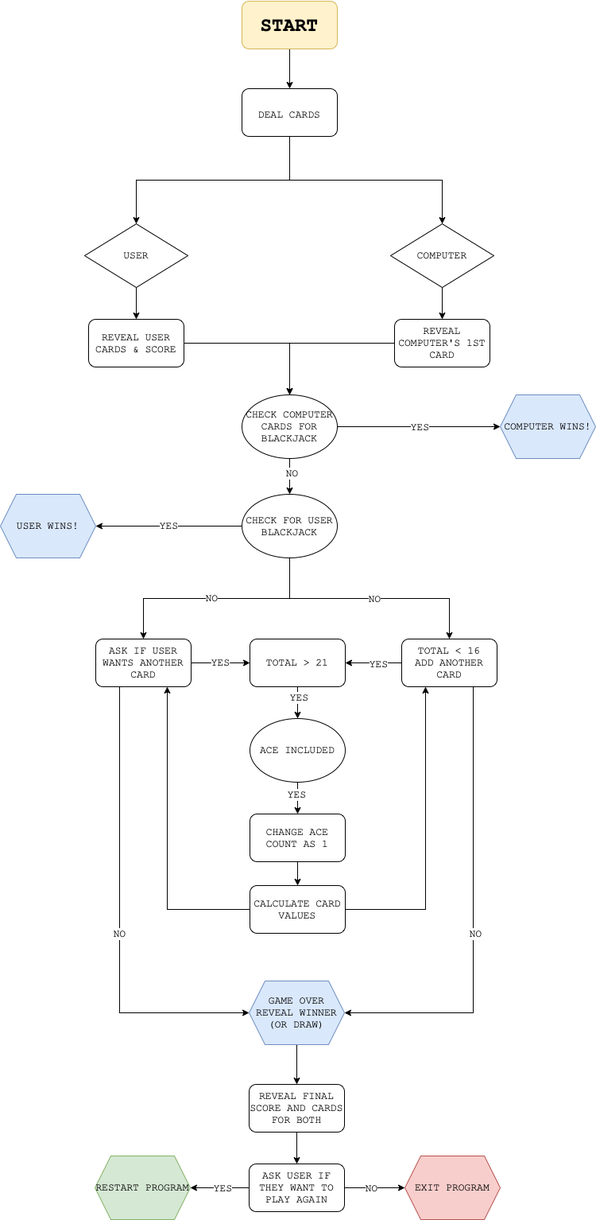
antoniaandreou/100_days_of_python keeps this draw.io diagram as Blackjack.drawio.png. Above is the earlier version. Source tidied: cells renumbered, new cells last; positions are measured from the earlier drawing's top-left corner, leaving out a move shared by most shapes.
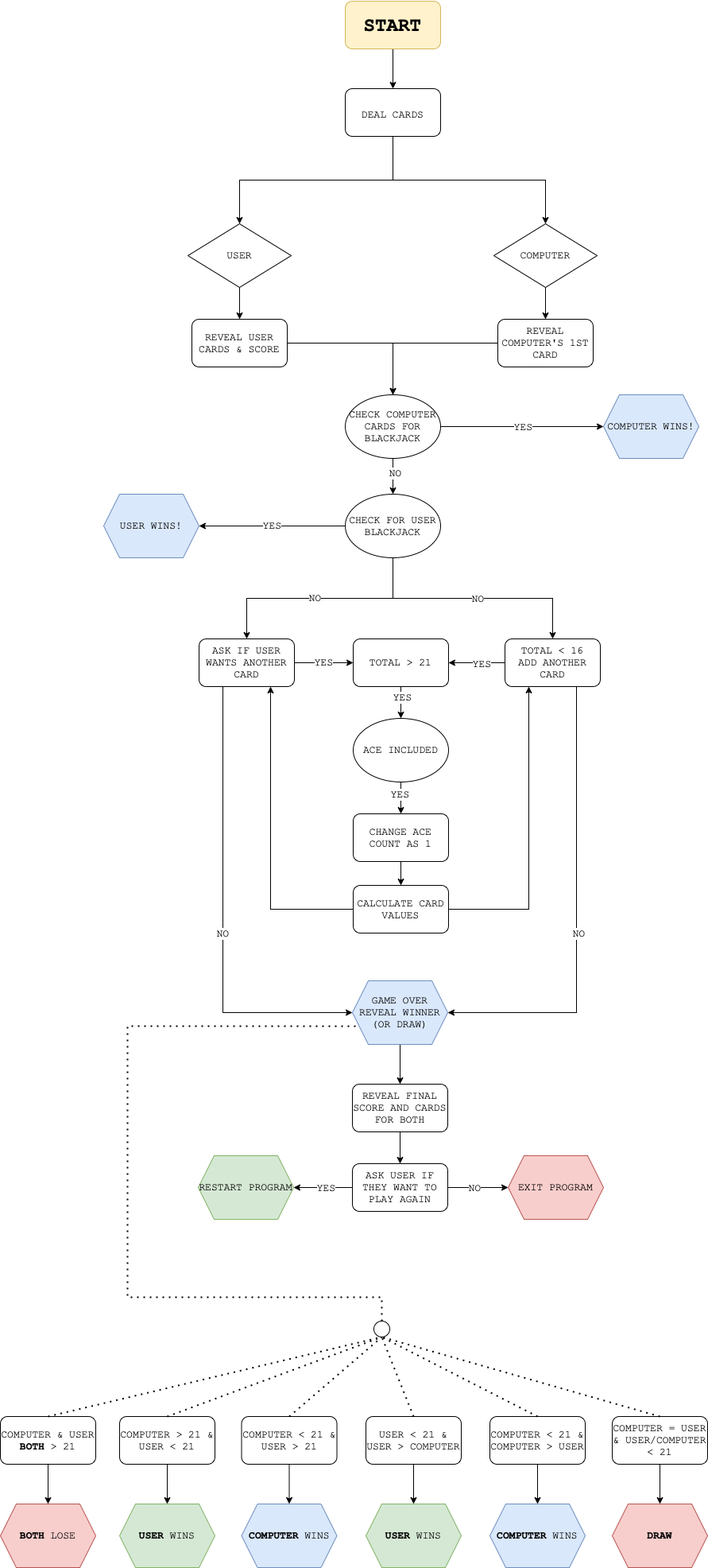
Later version of the same file.

The edit, as a diff of the source:
```diff
@@ -179,5 +179,89 @@
     <mxCell id="58" value="RESTART PROGRAM" style="shape=hexagon;perimeter=hexagonPerimeter2;whiteSpace=wrap;html=1;fixedSize=1;fontFamily=Courier New;fontSize=13;fillColor=#d5e8d4;strokeColor=#82b366;" parent="1" vertex="1">
       <mxGeometry x="119" y="1452" width="120" height="80" as="geometry" />
     </mxCell>
+    <mxCell id="59" style="endArrow=none;dashed=1;html=1;dashPattern=1 3;strokeWidth=2;rounded=0;fontFamily=Courier New;fontSize=13;entryX=0;entryY=0.75;entryDx=0;entryDy=0;exitX=0.5;exitY=0;exitDx=0;exitDy=0;" parent="1" edge="1" source="76" target="56">
+      <mxGeometry relative="1" as="geometry">
+        <Array as="points">
+          <mxPoint x="350" y="1630" />
+          <mxPoint x="30" y="1630" />
+          <mxPoint x="30" y="1289" />
+        </Array>
+      </mxGeometry>
+    </mxCell>
+    <mxCell id="60" style="edgeStyle=orthogonalEdgeStyle;rounded=0;jettySize=auto;html=1;exitX=0.5;exitY=1;exitDx=0;exitDy=0;entryX=0.5;entryY=0;entryDx=0;entryDy=0;fontFamily=Courier New;fontSize=13;strokeColor=#000000;strokeWidth=1;" parent="1" edge="1" source="61" target="62">
+      <mxGeometry relative="1" as="geometry" />
+    </mxCell>
+    <mxCell id="61" value="COMPUTER &amp;amp; USER &lt;b&gt;BOTH&lt;/b&gt; &amp;gt; 21" style="rounded=1;whiteSpace=wrap;html=1;fontFamily=Courier New;fontSize=13;" parent="1" vertex="1">
+      <mxGeometry x="-130" y="1780" width="120" height="60" as="geometry" />
+    </mxCell>
+    <mxCell id="62" value="&lt;b&gt;BOTH&lt;/b&gt; LOSE" style="shape=hexagon;perimeter=hexagonPerimeter2;whiteSpace=wrap;html=1;fixedSize=1;fontFamily=Courier New;fontSize=13;fillColor=#f8cecc;strokeColor=#b85450;" parent="1" vertex="1">
+      <mxGeometry x="-130" y="1890" width="120" height="80" as="geometry" />
+    </mxCell>
+    <mxCell id="63" style="edgeStyle=orthogonalEdgeStyle;rounded=0;jettySize=auto;html=1;exitX=0.5;exitY=1;exitDx=0;exitDy=0;fontFamily=Courier New;fontSize=13;strokeColor=#000000;strokeWidth=1;entryX=0.5;entryY=0;entryDx=0;entryDy=0;" parent="1" edge="1" source="64" target="65">
+      <mxGeometry relative="1" as="geometry" />
+    </mxCell>
+    <mxCell id="64" value="COMPUTER &amp;gt; 21 &amp;amp; USER &amp;lt; 21" style="rounded=1;whiteSpace=wrap;html=1;fontFamily=Courier New;fontSize=13;" parent="1" vertex="1">
+      <mxGeometry x="20" y="1780" width="120" height="60" as="geometry" />
+    </mxCell>
+    <mxCell id="65" value="&lt;b&gt;USER&lt;/b&gt;&amp;nbsp;WINS" style="shape=hexagon;perimeter=hexagonPerimeter2;whiteSpace=wrap;html=1;fixedSize=1;fontFamily=Courier New;fontSize=13;fillColor=#d5e8d4;strokeColor=#82b366;" parent="1" vertex="1">
+      <mxGeometry x="20" y="1890" width="120" height="80" as="geometry" />
+    </mxCell>
+    <mxCell id="66" style="edgeStyle=orthogonalEdgeStyle;rounded=0;jettySize=auto;html=1;exitX=0.5;exitY=1;exitDx=0;exitDy=0;entryX=0.5;entryY=0;entryDx=0;entryDy=0;fontFamily=Courier New;fontSize=13;strokeColor=#000000;strokeWidth=1;" parent="1" edge="1" source="67" target="68">
+      <mxGeometry relative="1" as="geometry" />
+    </mxCell>
+    <mxCell id="67" value="COMPUTER &amp;lt; 21 &amp;amp; USER &amp;gt; 21" style="rounded=1;whiteSpace=wrap;html=1;fontFamily=Courier New;fontSize=13;" parent="1" vertex="1">
+      <mxGeometry x="173.5" y="1780" width="120" height="60" as="geometry" />
+    </mxCell>
+    <mxCell id="68" value="&lt;b&gt;COMPUTER&lt;/b&gt;&amp;nbsp;WINS" style="shape=hexagon;perimeter=hexagonPerimeter2;whiteSpace=wrap;html=1;fixedSize=1;fontFamily=Courier New;fontSize=13;fillColor=#dae8fc;strokeColor=#6c8ebf;" parent="1" vertex="1">
+      <mxGeometry x="173.5" y="1890" width="120" height="80" as="geometry" />
+    </mxCell>
+    <mxCell id="69" style="edgeStyle=orthogonalEdgeStyle;rounded=0;jettySize=auto;html=1;exitX=0.5;exitY=1;exitDx=0;exitDy=0;entryX=0.5;entryY=0;entryDx=0;entryDy=0;fontFamily=Courier New;fontSize=13;strokeColor=#000000;strokeWidth=1;" parent="1" edge="1" source="70" target="71">
+      <mxGeometry relative="1" as="geometry" />
+    </mxCell>
+    <mxCell id="70" value="USER &amp;lt; 21 &amp;amp; USER &amp;gt; COMPUTER" style="rounded=1;whiteSpace=wrap;html=1;fontFamily=Courier New;fontSize=13;" parent="1" vertex="1">
+      <mxGeometry x="330" y="1780" width="120" height="60" as="geometry" />
+    </mxCell>
+    <mxCell id="71" value="&lt;b&gt;USER&lt;/b&gt;&amp;nbsp;WINS" style="shape=hexagon;perimeter=hexagonPerimeter2;whiteSpace=wrap;html=1;fixedSize=1;fontFamily=Courier New;fontSize=13;fillColor=#d5e8d4;strokeColor=#82b366;" parent="1" vertex="1">
+      <mxGeometry x="330" y="1890" width="120" height="80" as="geometry" />
+    </mxCell>
+    <mxCell id="72" style="edgeStyle=orthogonalEdgeStyle;rounded=0;jettySize=auto;html=1;exitX=0.5;exitY=1;exitDx=0;exitDy=0;fontFamily=Courier New;fontSize=13;strokeColor=#000000;strokeWidth=1;" parent="1" edge="1" source="73" target="74">
+      <mxGeometry relative="1" as="geometry" />
+    </mxCell>
+    <mxCell id="73" value="COMPUTER &amp;lt; 21 &amp;amp; COMPUTER &amp;gt; USER" style="rounded=1;whiteSpace=wrap;html=1;fontFamily=Courier New;fontSize=13;" parent="1" vertex="1">
+      <mxGeometry x="486" y="1780" width="120" height="60" as="geometry" />
+    </mxCell>
+    <mxCell id="74" value="&lt;b&gt;COMPUTER&lt;/b&gt;&amp;nbsp;WINS" style="shape=hexagon;perimeter=hexagonPerimeter2;whiteSpace=wrap;html=1;fixedSize=1;fontFamily=Courier New;fontSize=13;fillColor=#dae8fc;strokeColor=#6c8ebf;" parent="1" vertex="1">
+      <mxGeometry x="486" y="1890" width="120" height="80" as="geometry" />
+    </mxCell>
+    <mxCell id="75" style="endArrow=none;dashed=1;html=1;dashPattern=1 3;strokeWidth=2;rounded=0;fontFamily=Courier New;fontSize=13;entryX=0.5;entryY=1;entryDx=0;entryDy=0;exitX=0.5;exitY=0;exitDx=0;exitDy=0;" parent="1" edge="1" source="61" target="76">
+      <mxGeometry relative="1" as="geometry" />
+    </mxCell>
+    <mxCell id="76" style="ellipse;whiteSpace=wrap;html=1;fontFamily=Courier New;fontSize=13;" parent="1" vertex="1">
+      <mxGeometry x="340" y="1660" width="20" height="20" as="geometry" />
+    </mxCell>
+    <mxCell id="77" style="endArrow=none;dashed=1;html=1;dashPattern=1 3;strokeWidth=2;rounded=0;fontFamily=Courier New;fontSize=13;entryX=0.5;entryY=1;entryDx=0;entryDy=0;exitX=0.5;exitY=0;exitDx=0;exitDy=0;" parent="1" edge="1" source="64" target="76">
+      <mxGeometry relative="1" as="geometry" />
+    </mxCell>
+    <mxCell id="78" style="endArrow=none;dashed=1;html=1;dashPattern=1 3;strokeWidth=2;rounded=0;fontFamily=Courier New;fontSize=13;entryX=0.5;entryY=1;entryDx=0;entryDy=0;exitX=0.5;exitY=0;exitDx=0;exitDy=0;" parent="1" edge="1" source="67" target="76">
+      <mxGeometry relative="1" as="geometry" />
+    </mxCell>
+    <mxCell id="79" style="endArrow=none;dashed=1;html=1;dashPattern=1 3;strokeWidth=2;rounded=0;fontFamily=Courier New;fontSize=13;entryX=0.5;entryY=1;entryDx=0;entryDy=0;exitX=0.5;exitY=0;exitDx=0;exitDy=0;" parent="1" edge="1" source="70" target="76">
+      <mxGeometry relative="1" as="geometry" />
+    </mxCell>
+    <mxCell id="80" style="endArrow=none;dashed=1;html=1;dashPattern=1 3;strokeWidth=2;rounded=0;fontFamily=Courier New;fontSize=13;entryX=0.5;entryY=1;entryDx=0;entryDy=0;exitX=0.5;exitY=0;exitDx=0;exitDy=0;" parent="1" edge="1" source="73" target="76">
+      <mxGeometry relative="1" as="geometry" />
+    </mxCell>
+    <mxCell id="81" style="edgeStyle=orthogonalEdgeStyle;rounded=0;jettySize=auto;html=1;exitX=0.5;exitY=1;exitDx=0;exitDy=0;entryX=0.5;entryY=0;entryDx=0;entryDy=0;fontFamily=Courier New;fontSize=13;strokeColor=#000000;strokeWidth=1;" parent="1" edge="1" source="82" target="83">
+      <mxGeometry relative="1" as="geometry" />
+    </mxCell>
+    <mxCell id="82" value="COMPUTER = USER &amp;amp; USER/COMPUTER &amp;lt; 21" style="rounded=1;whiteSpace=wrap;html=1;fontFamily=Courier New;fontSize=13;" parent="1" vertex="1">
+      <mxGeometry x="640" y="1780" width="120" height="60" as="geometry" />
+    </mxCell>
+    <mxCell id="83" value="&lt;b&gt;DRAW&lt;/b&gt;" style="shape=hexagon;perimeter=hexagonPerimeter2;whiteSpace=wrap;html=1;fixedSize=1;fontFamily=Courier New;fontSize=13;fillColor=#f8cecc;strokeColor=#b85450;" parent="1" vertex="1">
+      <mxGeometry x="640" y="1890" width="120" height="80" as="geometry" />
+    </mxCell>
+    <mxCell id="84" style="endArrow=none;dashed=1;html=1;dashPattern=1 3;strokeWidth=2;rounded=0;fontFamily=Courier New;fontSize=13;entryX=0.5;entryY=1;entryDx=0;entryDy=0;exitX=0.5;exitY=0;exitDx=0;exitDy=0;" parent="1" edge="1" source="82" target="76">
+      <mxGeometry relative="1" as="geometry" />
+    </mxCell>
   </root>
 </mxGraphModel>
```
